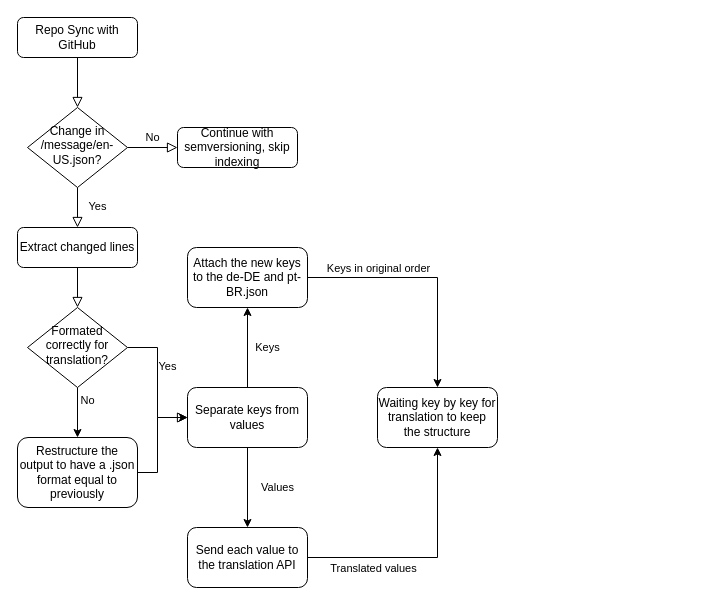
The draw.io diagram .vscode/translation_workflow.drawio in DaSteff91/website_kite-engineer, before the edit. Source tidied: cells renumbered, new cells numbered last; positions are measured from the earlier drawing's top-left corner, leaving out a move shared by most shapes. Both pictures are drawn from the tidied source at 100%, with x=0, y=0 at pixel (17, 17).
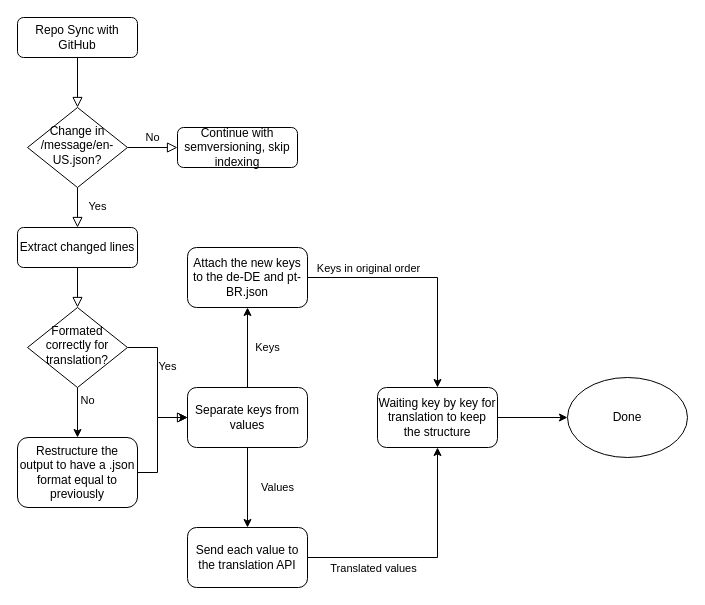
The same diagram, later.

Commit message:
Finalizing draft

Unchanged cells that the change refers to:
```xml
<mxCell id="18" style="edgeStyle=orthogonalEdgeStyle;rounded=0;jettySize=auto;html=1;" parent="1" edge="1" source="20" target="24">
  <mxGeometry relative="1" as="geometry" />
</mxCell>
<mxCell id="24" value="Waiting key by key for translation to keep the structure" style="rounded=1;whiteSpace=wrap;html=1;" parent="1" vertex="1">
  <mxGeometry x="360" y="370" width="120" height="60" as="geometry" />
</mxCell>
```

Change to the diagram source:
```diff
@@
     <mxCell id="19" value="Keys in original order" style="edgeLabel;html=1;align=center;verticalAlign=middle;" parent="18" vertex="1">
       <mxGeometry x="-0.47" relative="1" as="geometry">
-        <mxPoint x="6" y="-10" as="offset" />
+        <mxPoint x="-4" y="-10" as="offset" />
       </mxGeometry>
     </mxCell>
@@
+    <mxCell id="25" style="edgeStyle=orthogonalEdgeStyle;rounded=0;jettySize=auto;html=1;" parent="1" edge="1" source="24" target="26">
+      <mxGeometry relative="1" as="geometry" />
+    </mxCell>
@@
+    <mxCell id="26" value="Done" style="ellipse;whiteSpace=wrap;html=1;" parent="1" vertex="1">
+      <mxGeometry x="550" y="360" width="120" height="80" as="geometry" />
+    </mxCell>
```
